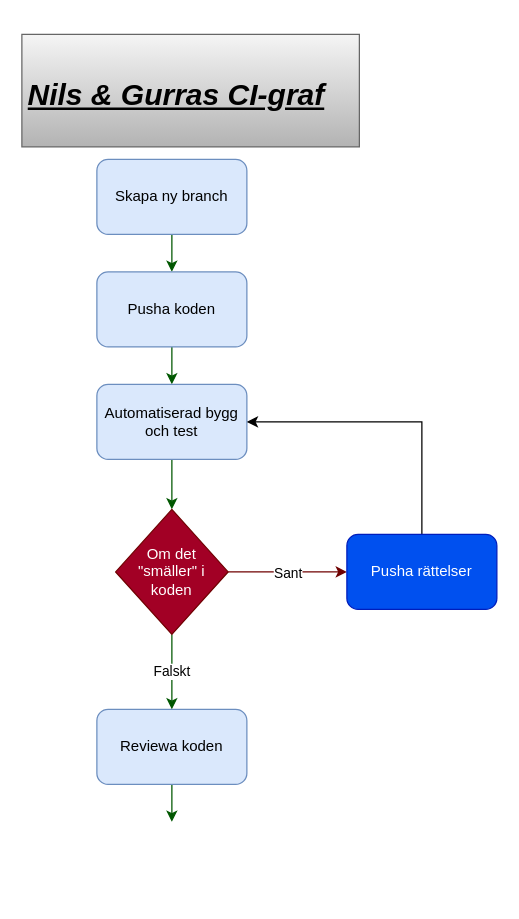
Above: Untitled Diagram.drawio in myrlejon/Moneysystem (draw.io), before the change. Source tidied: cells renumbered, new cells numbered last; positions are measured from the earlier drawing's top-left corner, leaving out a move shared by most shapes. Both pictures are drawn from the tidied source at 125%, with x=0, y=0 at pixel (21, 34).
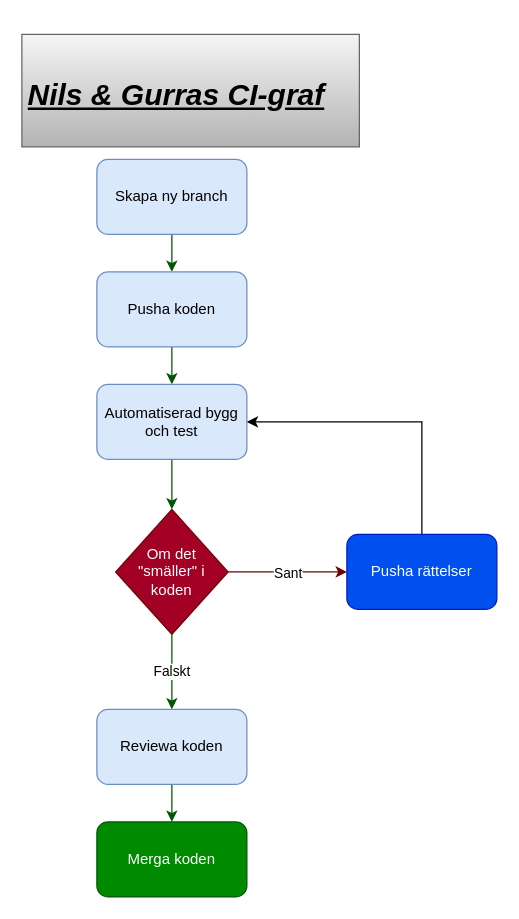
After the change.

The edit, as a diff of the source:
```diff
@@
 <mxGraphModel>
   <root>
     <mxCell id="0" />
     <mxCell id="1" parent="0" />
     <mxCell id="2" value="&lt;h1&gt;&lt;i&gt;&lt;br&gt;&lt;u&gt;Nils &amp;amp; Gurras CI-graf&lt;/u&gt;&amp;nbsp;&lt;/i&gt;&lt;/h1&gt;&lt;p&gt;&lt;br&gt;&lt;/p&gt;" style="text;html=1;strokeColor=#666666;fillColor=#f5f5f5;spacing=5;spacingTop=-20;whiteSpace=wrap;overflow=hidden;rounded=0;gradientColor=#b3b3b3;" parent="1" vertex="1">
       <mxGeometry width="270" height="90" as="geometry" />
     </mxCell>
     <mxCell id="3" style="edgeStyle=orthogonalEdgeStyle;rounded=0;jettySize=auto;html=1;fillColor=#008a00;strokeColor=#005700;" parent="1" edge="1" source="4" target="6">
       <mxGeometry relative="1" as="geometry" />
     </mxCell>
     <mxCell id="4" value="Skapa ny branch" style="rounded=1;whiteSpace=wrap;html=1;fillColor=#dae8fc;strokeColor=#6c8ebf;" parent="1" vertex="1">
       <mxGeometry x="60" y="100" width="120" height="60" as="geometry" />
     </mxCell>
     <mxCell id="5" style="edgeStyle=orthogonalEdgeStyle;rounded=0;jettySize=auto;html=1;fillColor=#008a00;strokeColor=#005700;" parent="1" edge="1" source="6" target="8">
       <mxGeometry relative="1" as="geometry" />
     </mxCell>
     <mxCell id="6" value="Pusha koden" style="rounded=1;whiteSpace=wrap;html=1;fillColor=#dae8fc;strokeColor=#6c8ebf;" parent="1" vertex="1">
       <mxGeometry x="60" y="190" width="120" height="60" as="geometry" />
     </mxCell>
     <mxCell id="7" style="edgeStyle=orthogonalEdgeStyle;rounded=0;jettySize=auto;html=1;fillColor=#008a00;strokeColor=#005700;" parent="1" edge="1" source="8" target="13">
       <mxGeometry relative="1" as="geometry" />
     </mxCell>
     <mxCell id="8" value="Automatiserad bygg och test" style="whiteSpace=wrap;html=1;rounded=1;fillColor=#dae8fc;strokeColor=#6c8ebf;" parent="1" vertex="1">
       <mxGeometry x="60" y="280" width="120" height="60" as="geometry" />
     </mxCell>
     <mxCell id="9" style="edgeStyle=orthogonalEdgeStyle;rounded=0;jettySize=auto;html=1;fillColor=#008a00;strokeColor=#005700;" parent="1" edge="1" source="10">
       <mxGeometry relative="1" as="geometry">
         <mxPoint x="120" y="630" as="targetPoint" />
       </mxGeometry>
     </mxCell>
     <mxCell id="10" value="Reviewa koden" style="whiteSpace=wrap;html=1;rounded=1;fillColor=#dae8fc;strokeColor=#6c8ebf;" parent="1" vertex="1">
       <mxGeometry x="60" y="540" width="120" height="60" as="geometry" />
     </mxCell>
     <mxCell id="11" value="Sant" style="edgeStyle=orthogonalEdgeStyle;rounded=0;jettySize=auto;html=1;fillColor=#a20025;strokeColor=#6F0000;" parent="1" edge="1" source="13">
       <mxGeometry relative="1" as="geometry">
         <mxPoint x="260" y="430" as="targetPoint" />
       </mxGeometry>
     </mxCell>
     <mxCell id="12" value="Falskt" style="edgeStyle=orthogonalEdgeStyle;rounded=0;jettySize=auto;html=1;fillColor=#008a00;strokeColor=#005700;" parent="1" edge="1" source="13" target="10">
       <mxGeometry relative="1" as="geometry" />
     </mxCell>
     <mxCell id="13" value="Om det &quot;smäller&quot; i koden" style="rhombus;whiteSpace=wrap;html=1;fillColor=#a20025;fontColor=#ffffff;strokeColor=#6F0000;" parent="1" vertex="1">
       <mxGeometry x="75" y="380" width="90" height="100" as="geometry" />
     </mxCell>
     <mxCell id="14" style="endArrow=classic;html=1;rounded=0;exitX=0.5;exitY=0;exitDx=0;exitDy=0;entryX=1;entryY=0.5;entryDx=0;entryDy=0;" parent="1" edge="1" target="8">
       <mxGeometry relative="1" as="geometry">
         <mxPoint x="320" y="400" as="sourcePoint" />
         <Array as="points">
           <mxPoint x="320" y="310" />
         </Array>
       </mxGeometry>
     </mxCell>
     <mxCell id="15" value="Pusha rättelser" style="whiteSpace=wrap;html=1;rounded=1;fillColor=#0050ef;fontColor=#ffffff;strokeColor=#001DBC;" parent="1" vertex="1">
       <mxGeometry x="260" y="400" width="120" height="60" as="geometry" />
     </mxCell>
+    <mxCell id="16" value="Merga koden" style="whiteSpace=wrap;html=1;rounded=1;fillColor=#008a00;strokeColor=#005700;fontColor=#ffffff;" parent="1" vertex="1">
+      <mxGeometry x="60" y="630" width="120" height="60" as="geometry" />
+    </mxCell>
   </root>
 </mxGraphModel>
```
